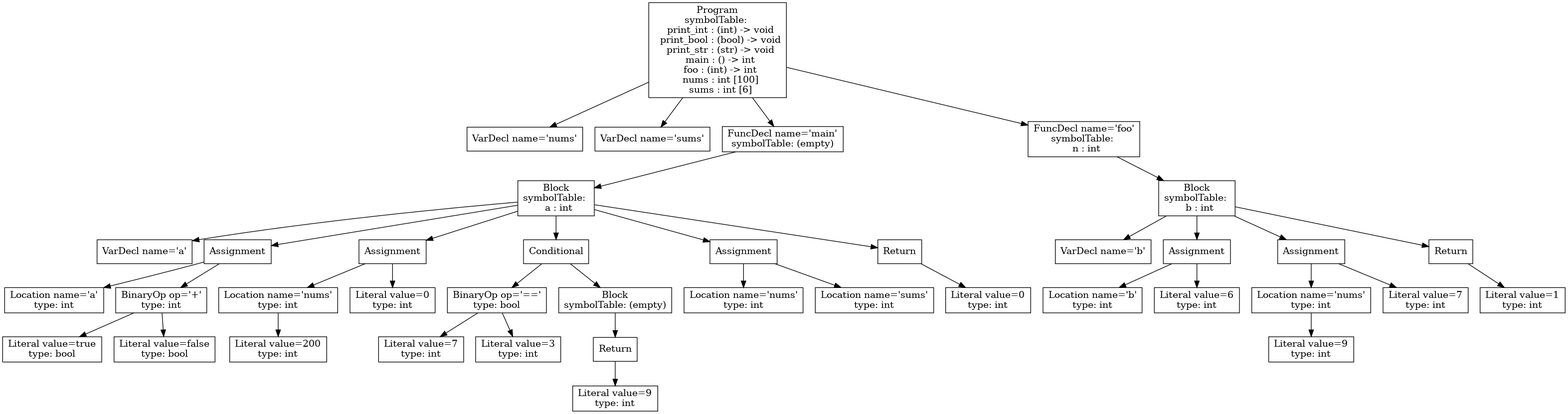
Above: tree.png in phamml/p3-analysis (Graphviz), before the change. Its source is kept beside it as tree.dot.
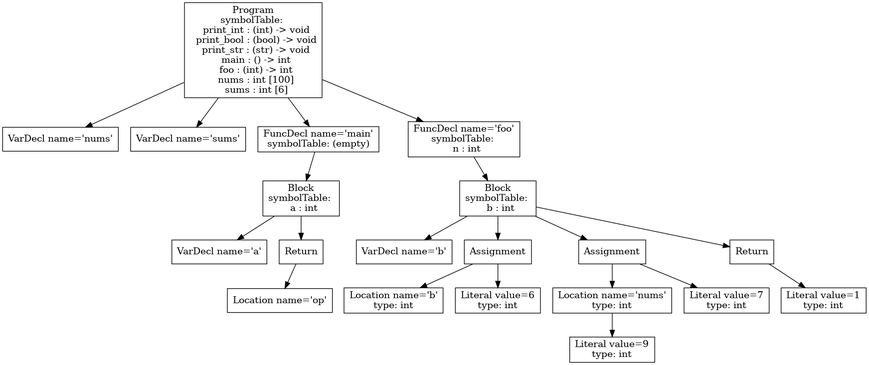
After the change.

Diff of the diagram source:
```diff
@@ -2,78 +2,40 @@
 1 [shape=box, label="VarDecl name='nums'"];
 2 [shape=box, label="VarDecl name='sums'"];
 5 [shape=box, label="VarDecl name='a'"];
-7 [shape=box, label="Location name='a'\ntype: int"];
-9 [shape=box, label="Literal value=true\ntype: bool"];
-10 [shape=box, label="Literal value=false\ntype: bool"];
-8 [shape=box, label="BinaryOp op='+'\ntype: int"];
-8 -> 9;
-8 -> 10;
-6 [shape=box, label="Assignment"];
+7 [shape=box, label="Location name='op'"];
+6 [shape=box, label="Return"];
 6 -> 7;
-6 -> 8;
-13 [shape=box, label="Literal value=200\ntype: int"];
-12 [shape=box, label="Location name='nums'\ntype: int"];
-12 -> 13;
-14 [shape=box, label="Literal value=0\ntype: int"];
-11 [shape=box, label="Assignment"];
-11 -> 12;
-11 -> 14;
-17 [shape=box, label="Literal value=7\ntype: int"];
-18 [shape=box, label="Literal value=3\ntype: int"];
-16 [shape=box, label="BinaryOp op='=='\ntype: bool"];
-16 -> 17;
-16 -> 18;
-21 [shape=box, label="Literal value=9\ntype: int"];
-20 [shape=box, label="Return"];
-20 -> 21;
-19 [shape=box, label="Block\nsymbolTable: (empty)"];
-19 -> 20;
-15 [shape=box, label="Conditional"];
-15 -> 16;
-15 -> 19;
-23 [shape=box, label="Location name='nums'\ntype: int"];
-24 [shape=box, label="Location name='sums'\ntype: int"];
-22 [shape=box, label="Assignment"];
-22 -> 23;
-22 -> 24;
-26 [shape=box, label="Literal value=0\ntype: int"];
-25 [shape=box, label="Return"];
-25 -> 26;
 4 [shape=box, label="Block\nsymbolTable: \n  a : int"];
 4 -> 5;
 4 -> 6;
-4 -> 11;
-4 -> 15;
-4 -> 22;
-4 -> 25;
 3 [shape=box, label="FuncDecl name='main'\nsymbolTable: (empty)"];
 3 -> 4;
-29 [shape=box, label="VarDecl name='b'"];
-31 [shape=box, label="Location name='b'\ntype: int"];
-32 [shape=box, label="Literal value=6\ntype: int"];
-30 [shape=box, label="Assignment"];
-30 -> 31;
-30 -> 32;
-35 [shape=box, label="Literal value=9\ntype: int"];
-34 [shape=box, label="Location name='nums'\ntype: int"];
-34 -> 35;
-36 [shape=box, label="Literal value=7\ntype: int"];
-33 [shape=box, label="Assignment"];
-33 -> 34;
-33 -> 36;
-38 [shape=box, label="Literal value=1\ntype: int"];
-37 [shape=box, label="Return"];
-37 -> 38;
-28 [shape=box, label="Block\nsymbolTable: \n  b : int"];
-28 -> 29;
-28 -> 30;
-28 -> 33;
-28 -> 37;
-27 [shape=box, label="FuncDecl name='foo'\nsymbolTable: \n  n : int"];
-27 -> 28;
+10 [shape=box, label="VarDecl name='b'"];
+12 [shape=box, label="Location name='b'\ntype: int"];
+13 [shape=box, label="Literal value=6\ntype: int"];
+11 [shape=box, label="Assignment"];
+11 -> 12;
+11 -> 13;
+16 [shape=box, label="Literal value=9\ntype: int"];
+15 [shape=box, label="Location name='nums'\ntype: int"];
+15 -> 16;
+17 [shape=box, label="Literal value=7\ntype: int"];
+14 [shape=box, label="Assignment"];
+14 -> 15;
+14 -> 17;
+19 [shape=box, label="Literal value=1\ntype: int"];
+18 [shape=box, label="Return"];
+18 -> 19;
+9 [shape=box, label="Block\nsymbolTable: \n  b : int"];
+9 -> 10;
+9 -> 11;
+9 -> 14;
+9 -> 18;
+8 [shape=box, label="FuncDecl name='foo'\nsymbolTable: \n  n : int"];
+8 -> 9;
 0 [shape=box, label="Program\nsymbolTable: \n  print_int : (int) -> void\n  print_bool : (bool) -> void\n  print_str : (str) -> void\n  main : () -> int\n  foo : (int) -> int\n  nums : int [100]\n  sums : int [6]"];
 0 -> 1;
 0 -> 2;
 0 -> 3;
-0 -> 27;
+0 -> 8;
 }
```
